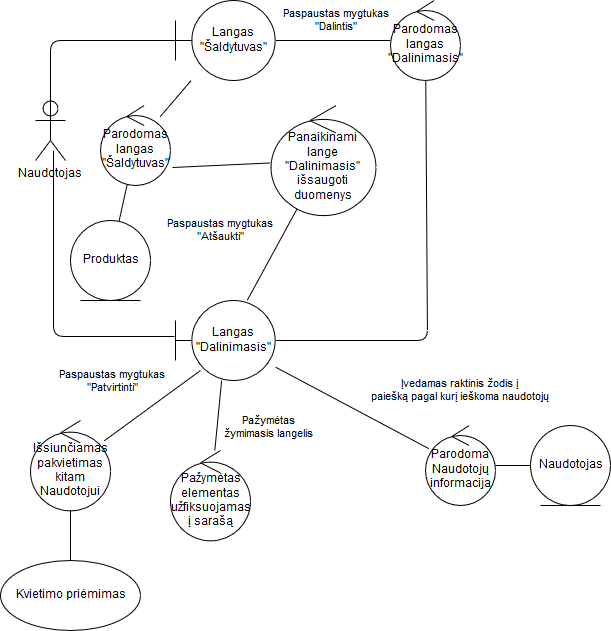
The draw.io diagram Nuotraukos/RD-šaldytuvo-dalinimasis.png in Tristanas/PSI2-Food-Bee-Inc, before a commit. Source tidied: cells renumbered, new cells last; positions are measured from the earlier drawing's top-left corner, leaving out a move shared by most shapes.
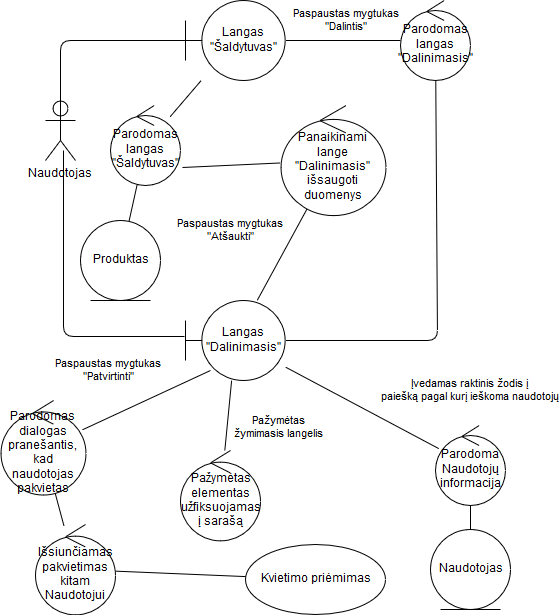
Later version of the same file.

The edit, as a diff of the source:
```diff
@@ -46,7 +46,7 @@
       </mxGeometry>
     </mxCell>
     <mxCell id="12" value="&lt;div&gt;Naudotojas&lt;/div&gt;" style="ellipse;shape=umlEntity;whiteSpace=wrap;html=1;" parent="1" vertex="1">
-      <mxGeometry x="530" y="425" width="80" height="80" as="geometry" />
+      <mxGeometry x="420" y="529" width="80" height="80" as="geometry" />
     </mxCell>
     <mxCell id="13" value="Parodoma Naudotojų informacija" style="ellipse;shape=umlControl;whiteSpace=wrap;html=1;" parent="1" vertex="1">
       <mxGeometry x="425" y="425" width="70" height="80" as="geometry" />
@@ -63,14 +63,14 @@
     <mxCell id="17" value="&lt;div&gt;Pažymėtas &lt;br&gt;&lt;/div&gt;&lt;div&gt;žymimasis langelis&lt;/div&gt;" style="endArrow=none;html=1;" parent="1" edge="1" source="16" target="9">
       <mxGeometry x="-0.2" y="-52" relative="1" as="geometry" />
     </mxCell>
-    <mxCell id="18" value="&lt;div&gt;Paspaustas mygtukas &lt;br&gt;&lt;/div&gt;&lt;div&gt;&quot;Patvirtinti&quot;&lt;/div&gt;" style="endArrow=none;html=1;entryX=0.25;entryY=0.875;entryDx=0;entryDy=0;entryPerimeter=0;" parent="1" edge="1" source="19" target="9">
+    <mxCell id="18" value="&lt;div&gt;Paspaustas mygtukas &lt;br&gt;&lt;/div&gt;&lt;div&gt;&quot;Patvirtinti&quot;&lt;/div&gt;" style="endArrow=none;html=1;entryX=0.25;entryY=0.875;entryDx=0;entryDy=0;entryPerimeter=0;" parent="1" edge="1" source="27" target="9">
       <mxGeometry x="-0.3" y="43" relative="1" as="geometry" />
     </mxCell>
     <mxCell id="19" value="&lt;div&gt;Išsiunčiamas pakvietimas kitam Naudotojui&lt;/div&gt;" style="ellipse;shape=umlControl;whiteSpace=wrap;html=1;" parent="1" vertex="1">
-      <mxGeometry x="30" y="420" width="80" height="90" as="geometry" />
+      <mxGeometry x="25" y="524" width="80" height="90" as="geometry" />
     </mxCell>
     <mxCell id="20" value="Kvietimo priėmimas" style="ellipse;whiteSpace=wrap;html=1;" parent="1" vertex="1">
-      <mxGeometry y="560" width="140" height="70" as="geometry" />
+      <mxGeometry x="235" y="544" width="140" height="70" as="geometry" />
     </mxCell>
     <mxCell id="21" style="endArrow=none;html=1;" parent="1" edge="1" source="19" target="20">
       <mxGeometry relative="1" as="geometry" />
@@ -90,5 +90,11 @@
     <mxCell id="26" style="endArrow=none;html=1;" parent="1" edge="1" source="5" target="25">
       <mxGeometry relative="1" as="geometry" />
     </mxCell>
+    <mxCell id="27" value="&lt;div&gt;Parodomas dialogas pranešantis, kad naudotojas pakvietas&lt;/div&gt;" style="ellipse;shape=umlControl;whiteSpace=wrap;html=1;" parent="1" vertex="1">
+      <mxGeometry x="-10" y="400" width="85" height="95" as="geometry" />
+    </mxCell>
+    <mxCell id="28" style="endArrow=none;html=1;" parent="1" edge="1" source="27" target="19">
+      <mxGeometry x="-0.3" y="43" relative="1" as="geometry" />
+    </mxCell>
   </root>
 </mxGraphModel>
```
